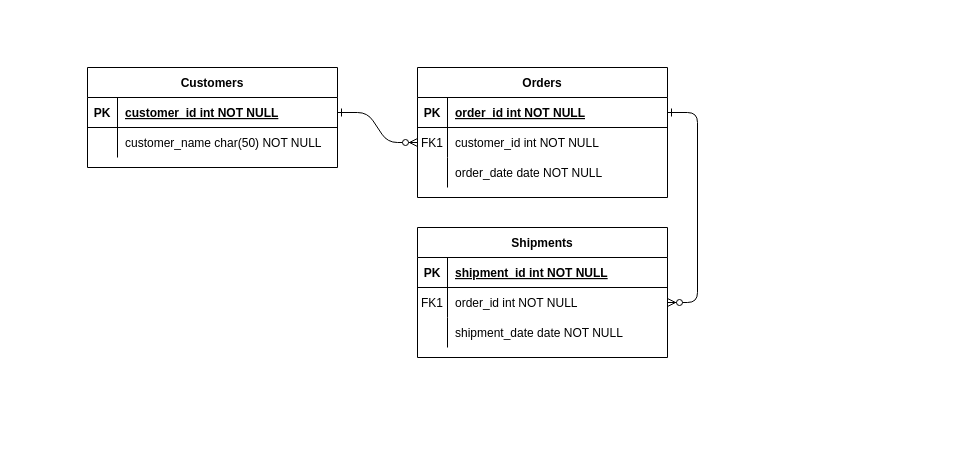
logankilpatrick/OxfordUnit2 keeps this draw.io diagram as Unit2Question2.drawio. Above is the earlier version. Source tidied: cells renumbered, new cells numbered last; positions are measured from the earlier drawing's top-left corner, leaving out a move shared by most shapes. Both pictures are drawn from the tidied source at 100%, with x=0, y=0 at pixel (87, 67).
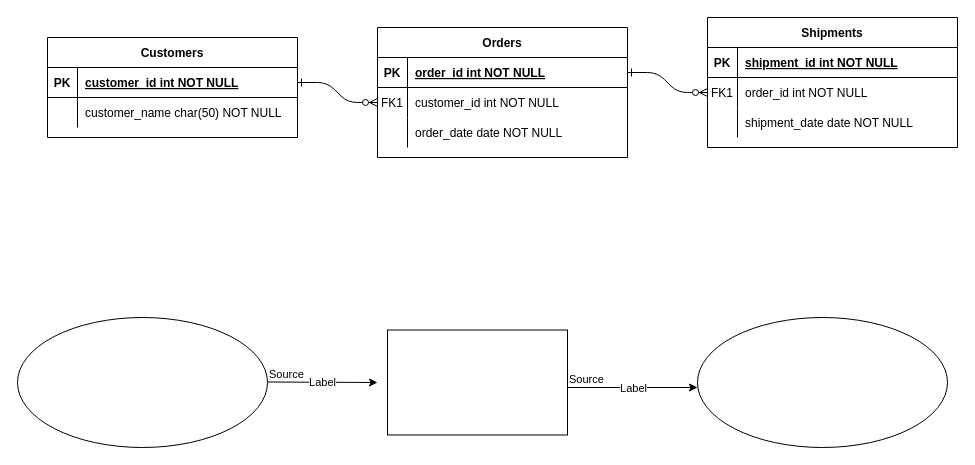
The same diagram, later.

Diff of the diagram source:
```diff
@@
     <mxCell id="4" value="Orders" style="shape=table;startSize=30;childLayout=tableLayout;rowLines=0;fontStyle=1;align=center;" parent="1" vertex="1">
-      <mxGeometry x="330" width="250" height="130" as="geometry" />
+      <mxGeometry x="290" y="-40" width="250" height="130" as="geometry" />
     </mxCell>
@@
     <mxCell id="14" value="Shipments" style="shape=table;startSize=30;childLayout=tableLayout;rowLines=0;fontStyle=1;align=center;" parent="1" vertex="1">
-      <mxGeometry x="330" y="160" width="250" height="130" as="geometry" />
+      <mxGeometry x="620" y="-50" width="250" height="130" as="geometry" />
     </mxCell>
@@
     <mxCell id="24" value="Customers" style="shape=table;startSize=30;childLayout=tableLayout;rowLines=0;fontStyle=1;align=center;" parent="1" vertex="1">
-      <mxGeometry width="250" height="100" as="geometry" />
+      <mxGeometry x="-40" y="-30" width="250" height="100" as="geometry" />
     </mxCell>
@@
+    <mxCell id="31" style="ellipse;whiteSpace=wrap;html=1;" parent="1" vertex="1">
+      <mxGeometry x="-70" y="250" width="250" height="130" as="geometry" />
+    </mxCell>
+    <mxCell id="32" style="rounded=0;whiteSpace=wrap;html=1;" parent="1" vertex="1">
+      <mxGeometry x="300" y="262.5" width="180" height="105" as="geometry" />
+    </mxCell>
+    <mxCell id="33" style="ellipse;whiteSpace=wrap;html=1;" parent="1" vertex="1">
+      <mxGeometry x="610" y="250" width="250" height="130" as="geometry" />
+    </mxCell>
+    <mxCell id="34" style="endArrow=classic;html=1;" parent="1" edge="1">
+      <mxGeometry relative="1" as="geometry">
+        <mxPoint x="180" y="314.5" as="sourcePoint" />
+        <mxPoint x="290" y="315" as="targetPoint" />
+      </mxGeometry>
+    </mxCell>
+    <mxCell id="35" value="Label" style="edgeLabel;html=1;align=center;verticalAlign=middle;" parent="34" vertex="1">
+      <mxGeometry relative="1" as="geometry" />
+    </mxCell>
+    <mxCell id="36" value="Source" style="edgeLabel;html=1;align=left;verticalAlign=bottom;" parent="34" vertex="1">
+      <mxGeometry x="-1" relative="1" as="geometry" />
+    </mxCell>
+    <mxCell id="37" style="endArrow=classic;html=1;" parent="1" edge="1">
+      <mxGeometry relative="1" as="geometry">
+        <mxPoint x="480" y="320" as="sourcePoint" />
+        <mxPoint x="610" y="320" as="targetPoint" />
+      </mxGeometry>
+    </mxCell>
+    <mxCell id="38" value="Label" style="edgeLabel;html=1;align=center;verticalAlign=middle;" parent="37" vertex="1">
+      <mxGeometry relative="1" as="geometry" />
+    </mxCell>
+    <mxCell id="39" value="Source" style="edgeLabel;html=1;align=left;verticalAlign=bottom;" parent="37" vertex="1">
+      <mxGeometry x="-1" relative="1" as="geometry" />
+    </mxCell>
```
